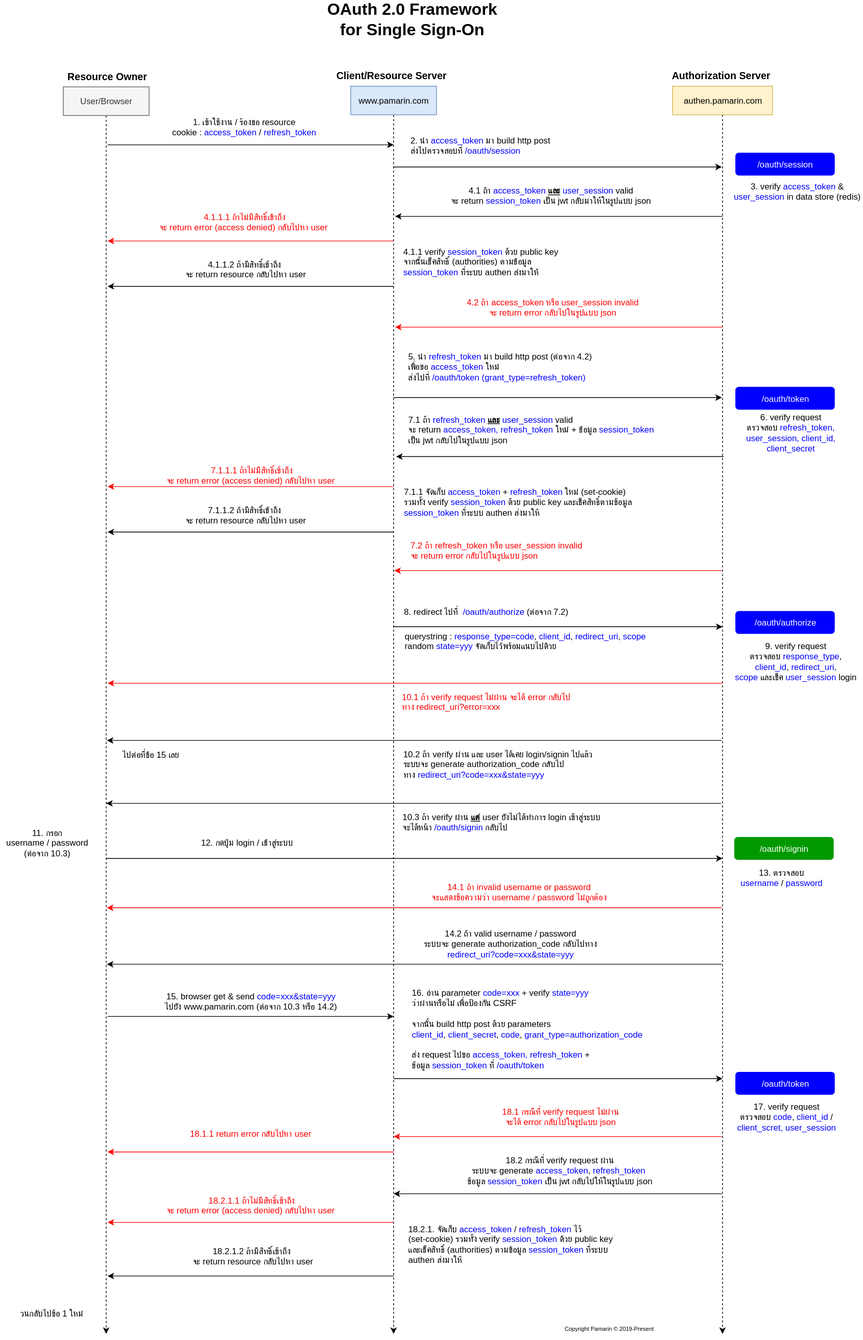
Before: document/authentication/authentication.svg, a diagram exported from draw.io (emeraldtechco/developer.pamarin.com). Source tidied: cells renumbered, new cells last; positions are measured from the earlier drawing's top-left corner, leaving out a move shared by most shapes.
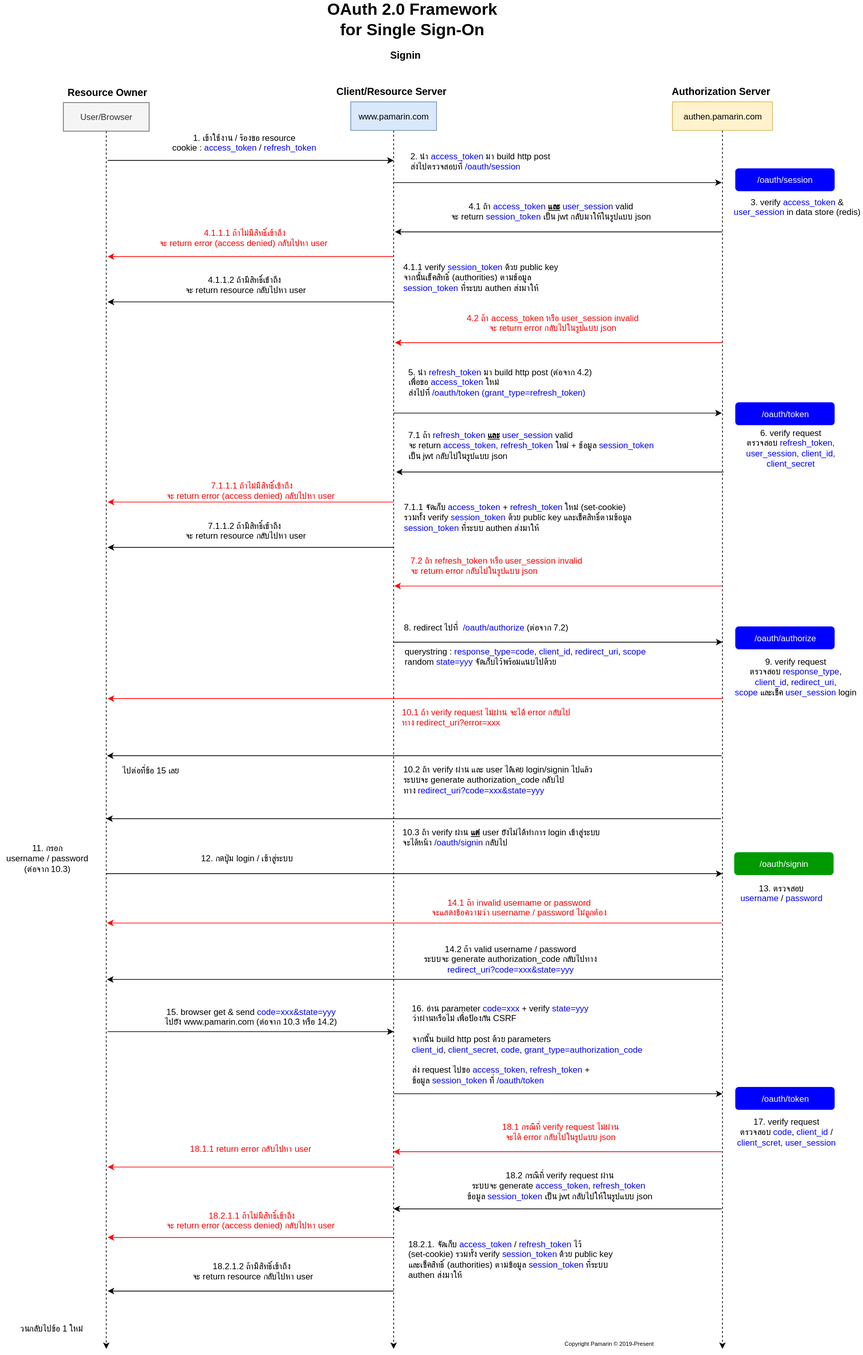
Later version of the same file.

Change to the diagram source:
```diff
@@ -303,7 +303,7 @@
       <mxGeometry x="715" y="1830" width="271" height="20" as="geometry" />
     </mxCell>
     <mxCell id="76" value="&lt;b style=&quot;font-size: 23px&quot;&gt;&lt;font style=&quot;font-size: 23px&quot;&gt;OAuth 2.0 Framework &lt;br&gt;for Single Sign-On &lt;br&gt;&lt;/font&gt;&lt;/b&gt;" style="text;html=1;strokeColor=none;fillColor=none;align=center;verticalAlign=middle;whiteSpace=wrap;rounded=0;" parent="1" vertex="1">
-      <mxGeometry x="451" width="250" height="20" as="geometry" />
+      <mxGeometry x="451" y="-22" width="250" height="20" as="geometry" />
     </mxCell>
     <mxCell id="77" style="endArrow=classic;html=1;" parent="1" edge="1">
       <mxGeometry relative="1" as="geometry">
@@ -317,5 +317,8 @@
     <mxCell id="79" value="&lt;span style=&quot;text-align: left&quot;&gt;ไปต่อที่ข้อ 15 เลย&lt;/span&gt;" style="text;html=1;strokeColor=none;fillColor=none;align=center;verticalAlign=middle;whiteSpace=wrap;rounded=0;" parent="1" vertex="1">
       <mxGeometry x="148" y="1029" width="126" height="20" as="geometry" />
     </mxCell>
+    <mxCell id="80" value="&lt;b&gt;&lt;font style=&quot;font-size: 14px&quot;&gt;Signin&lt;/font&gt;&lt;/b&gt;" style="text;html=1;strokeColor=none;fillColor=none;align=center;verticalAlign=middle;whiteSpace=wrap;rounded=0;" parent="1" vertex="1">
+      <mxGeometry x="478" y="28" width="177" height="20" as="geometry" />
+    </mxCell>
   </root>
 </mxGraphModel>
```
